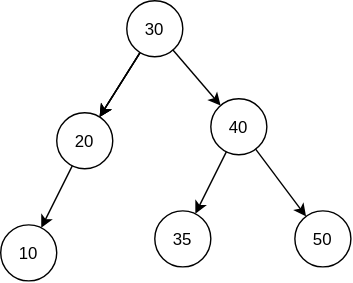
Before: База/Структуры данных/2. Быстро находить данные и проверять условия/2.3. Проверять принадлежность и уникальность/Множество (Set)/binary-tree.drawio.svg, a diagram exported from draw.io (kosukhin/catalog). Source tidied: cells renumbered, new cells last; positions are measured from the earlier drawing's top-left corner, leaving out a move shared by most shapes. The source it was exported from:
```xml
<mxGraphModel>
  <root>
    <mxCell id="0" />
    <mxCell id="1" parent="0" />
    <mxCell id="2" value="30" style="ellipse;whiteSpace=wrap;html=1;shapeInside=1;" parent="1" vertex="1">
      <mxGeometry x="90" width="40" height="40" as="geometry" />
    </mxCell>
    <mxCell id="3" style="edgeStyle=none;html=1;" parent="1" edge="1" source="2" target="4">
      <mxGeometry relative="1" as="geometry" />
    </mxCell>
    <mxCell id="4" value="20" style="ellipse;whiteSpace=wrap;html=1;shapeInside=1;" parent="1" vertex="1">
      <mxGeometry x="40" y="80" width="40" height="40" as="geometry" />
    </mxCell>
    <mxCell id="5" style="edgeStyle=none;html=1;" parent="1" edge="1" source="2" target="4">
      <mxGeometry relative="1" as="geometry" />
    </mxCell>
    <mxCell id="6" style="edgeStyle=none;html=1;" parent="1" edge="1" source="2" target="4">
      <mxGeometry relative="1" as="geometry" />
    </mxCell>
    <mxCell id="7" style="edgeStyle=none;html=1;" parent="1" edge="1" source="2" target="8">
      <mxGeometry relative="1" as="geometry" />
    </mxCell>
    <mxCell id="8" value="40" style="ellipse;whiteSpace=wrap;html=1;shapeInside=1;" parent="1" vertex="1">
      <mxGeometry x="150" y="70" width="40" height="40" as="geometry" />
    </mxCell>
    <mxCell id="9" style="edgeStyle=none;html=1;" parent="1" edge="1" source="8" target="10">
      <mxGeometry relative="1" as="geometry" />
    </mxCell>
    <mxCell id="10" value="35&lt;div&gt;&lt;br/&gt;&lt;/div&gt;" style="ellipse;whiteSpace=wrap;html=1;shapeInside=1;" parent="1" vertex="1">
      <mxGeometry x="110" y="150" width="40" height="40" as="geometry" />
    </mxCell>
    <mxCell id="11" style="edgeStyle=none;html=1;" parent="1" edge="1" source="8" target="12">
      <mxGeometry relative="1" as="geometry" />
    </mxCell>
    <mxCell id="12" value="50" style="ellipse;whiteSpace=wrap;html=1;shapeInside=1;" parent="1" vertex="1">
      <mxGeometry x="210" y="150" width="40" height="40" as="geometry" />
    </mxCell>
    <mxCell id="13" style="edgeStyle=none;html=1;" parent="1" edge="1" source="4" target="14">
      <mxGeometry relative="1" as="geometry" />
    </mxCell>
    <mxCell id="14" value="10&lt;div&gt;&lt;br/&gt;&lt;/div&gt;" style="ellipse;whiteSpace=wrap;html=1;shapeInside=1;" parent="1" vertex="1">
      <mxGeometry y="160" width="40" height="40" as="geometry" />
    </mxCell>
  </root>
</mxGraphModel>
```
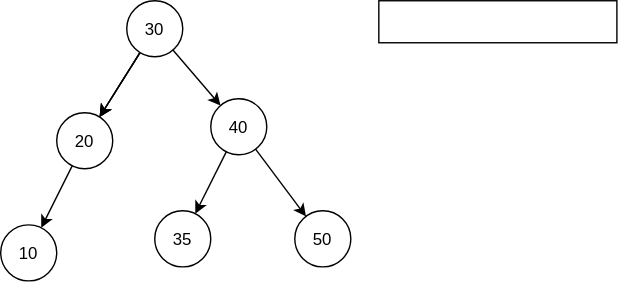
The same file after the commit.

Diff of the diagram source:
```diff
@@ -41,5 +41,8 @@
     <mxCell id="14" value="10&lt;div&gt;&lt;br/&gt;&lt;/div&gt;" style="ellipse;whiteSpace=wrap;html=1;shapeInside=1;" parent="1" vertex="1">
       <mxGeometry y="160" width="40" height="40" as="geometry" />
     </mxCell>
+    <mxCell id="15" style="rounded=0;whiteSpace=wrap;html=1;" parent="1" vertex="1">
+      <mxGeometry x="270" width="170" height="30" as="geometry" />
+    </mxCell>
   </root>
 </mxGraphModel>
```
